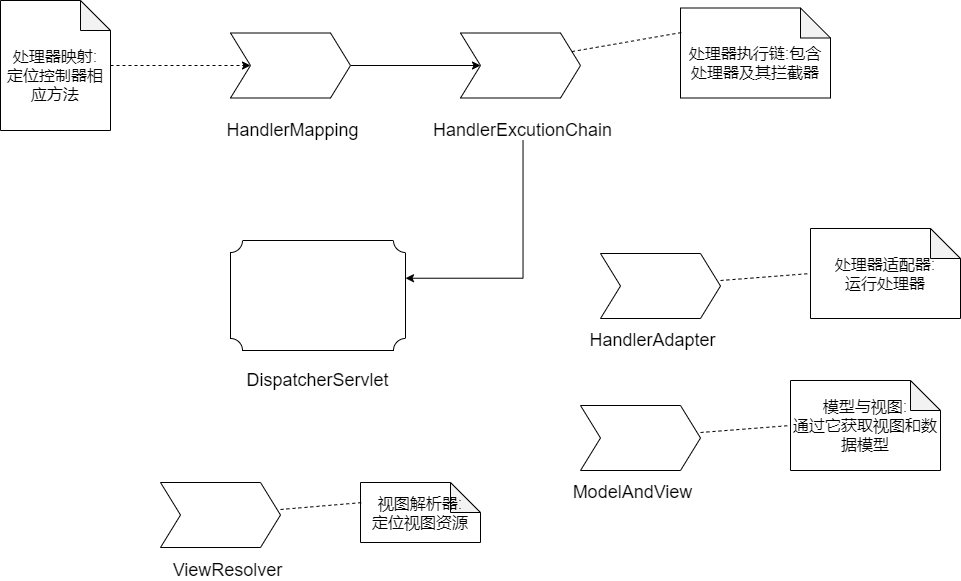
wjq1018/20200720DataStructureAndAlgorithms keeps this draw.io diagram as Spring MVC执行流程图.png. Above is the earlier version. Source tidied: cells renumbered, new cells last; positions are measured from the earlier drawing's top-left corner, leaving out a move shared by most shapes.
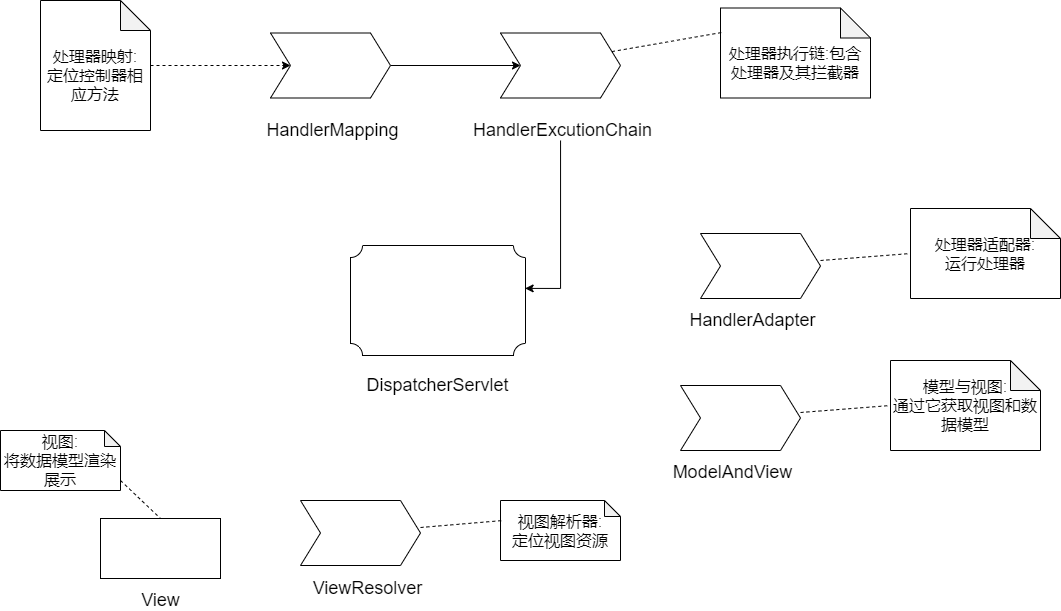
The same diagram one commit later.

Commit message:
更新Spring MVC执行流程图.png

Change to the diagram source:
```diff
@@ -18,18 +18,18 @@
       <mxGeometry x="260" y="120" width="65" height="20" as="geometry" />
     </mxCell>
     <mxCell id="7" style="verticalLabelPosition=bottom;verticalAlign=top;html=1;shape=mxgraph.basic.plaque;dx=6;" parent="1" vertex="1">
-      <mxGeometry x="230" y="240" width="175" height="110" as="geometry" />
+      <mxGeometry x="310" y="245" width="175" height="110" as="geometry" />
     </mxCell>
     <mxCell id="8" value="&lt;span style=&quot;font-size: 18px&quot;&gt;DispatcherServlet&lt;/span&gt;" style="text;html=1;strokeColor=none;fillColor=none;align=center;verticalAlign=middle;whiteSpace=wrap;rounded=0;" parent="1" vertex="1">
-      <mxGeometry x="285" y="370" width="65" height="20" as="geometry" />
+      <mxGeometry x="365" y="375" width="65" height="20" as="geometry" />
     </mxCell>
     <mxCell id="9" style="shape=step;perimeter=stepPerimeter;whiteSpace=wrap;html=1;fixedSize=1;" parent="1" vertex="1">
       <mxGeometry x="460" y="32.5" width="120" height="65" as="geometry" />
     </mxCell>
-    <mxCell id="10" style="edgeStyle=orthogonalEdgeStyle;rounded=0;jettySize=auto;html=1;entryX=1;entryY=0.343;entryDx=0;entryDy=0;entryPerimeter=0;" parent="1" edge="1" source="11" target="7">
+    <mxCell id="10" style="edgeStyle=orthogonalEdgeStyle;rounded=0;jettySize=auto;html=1;entryX=0.998;entryY=0.39;entryDx=0;entryDy=0;entryPerimeter=0;" parent="1" edge="1" source="11" target="7">
       <mxGeometry relative="1" as="geometry">
         <Array as="points">
-          <mxPoint x="523" y="278" />
+          <mxPoint x="520" y="288" />
         </Array>
       </mxGeometry>
     </mxCell>
@@ -43,47 +43,61 @@
       <mxGeometry relative="1" as="geometry" />
     </mxCell>
     <mxCell id="14" style="shape=step;perimeter=stepPerimeter;whiteSpace=wrap;html=1;fixedSize=1;" parent="1" vertex="1">
-      <mxGeometry x="600" y="253" width="120" height="65" as="geometry" />
+      <mxGeometry x="660" y="233" width="120" height="65" as="geometry" />
     </mxCell>
     <mxCell id="15" value="&lt;span style=&quot;font-size: 18px&quot;&gt;HandlerAdapter&lt;/span&gt;" style="text;html=1;strokeColor=none;fillColor=none;align=center;verticalAlign=middle;whiteSpace=wrap;rounded=0;" parent="1" vertex="1">
-      <mxGeometry x="620" y="330" width="65" height="20" as="geometry" />
+      <mxGeometry x="680" y="310" width="65" height="20" as="geometry" />
     </mxCell>
     <mxCell id="16" value="&lt;font style=&quot;font-size: 16px&quot;&gt;处理器适配器:&lt;br&gt;运行处理器&lt;/font&gt;" style="shape=note;whiteSpace=wrap;html=1;backgroundOutline=1;darkOpacity=0.05;" parent="1" vertex="1">
-      <mxGeometry x="810" y="228" width="150" height="90" as="geometry" />
+      <mxGeometry x="870" y="208" width="150" height="90" as="geometry" />
     </mxCell>
     <mxCell id="17" style="endArrow=none;dashed=1;html=1;entryX=0;entryY=0.5;entryDx=0;entryDy=0;entryPerimeter=0;" parent="1" edge="1" target="16">
       <mxGeometry relative="1" as="geometry">
-        <mxPoint x="720" y="280" as="sourcePoint" />
+        <mxPoint x="780" y="260" as="sourcePoint" />
       </mxGeometry>
     </mxCell>
     <mxCell id="18" style="shape=step;perimeter=stepPerimeter;whiteSpace=wrap;html=1;fixedSize=1;" parent="1" vertex="1">
-      <mxGeometry x="580" y="405" width="120" height="65" as="geometry" />
+      <mxGeometry x="640" y="385" width="120" height="65" as="geometry" />
     </mxCell>
     <mxCell id="19" value="&lt;span style=&quot;font-size: 18px&quot;&gt;ModelAndView&lt;/span&gt;" style="text;html=1;strokeColor=none;fillColor=none;align=center;verticalAlign=middle;whiteSpace=wrap;rounded=0;" parent="1" vertex="1">
-      <mxGeometry x="600" y="482" width="65" height="20" as="geometry" />
+      <mxGeometry x="660" y="462" width="65" height="20" as="geometry" />
     </mxCell>
     <mxCell id="20" value="&lt;font style=&quot;font-size: 16px&quot;&gt;模型与视图:&lt;br&gt;通过它获取视图和数据模型&lt;/font&gt;" style="shape=note;whiteSpace=wrap;html=1;backgroundOutline=1;darkOpacity=0.05;" parent="1" vertex="1">
-      <mxGeometry x="790" y="380" width="150" height="90" as="geometry" />
+      <mxGeometry x="850" y="360" width="150" height="90" as="geometry" />
     </mxCell>
     <mxCell id="21" style="endArrow=none;dashed=1;html=1;entryX=0;entryY=0.5;entryDx=0;entryDy=0;entryPerimeter=0;" parent="1" edge="1" target="20">
       <mxGeometry relative="1" as="geometry">
-        <mxPoint x="700" y="432" as="sourcePoint" />
+        <mxPoint x="760" y="412" as="sourcePoint" />
       </mxGeometry>
     </mxCell>
     <mxCell id="22" style="shape=step;perimeter=stepPerimeter;whiteSpace=wrap;html=1;fixedSize=1;" parent="1" vertex="1">
-      <mxGeometry x="160" y="482" width="120" height="65" as="geometry" />
+      <mxGeometry x="260" y="500" width="120" height="65" as="geometry" />
     </mxCell>
     <mxCell id="23" value="&lt;span style=&quot;font-size: 18px&quot;&gt;ViewResolver&lt;/span&gt;" style="text;html=1;strokeColor=none;fillColor=none;align=center;verticalAlign=middle;whiteSpace=wrap;rounded=0;" parent="1" vertex="1">
-      <mxGeometry x="195" y="560" width="65" height="20" as="geometry" />
+      <mxGeometry x="295" y="578" width="65" height="20" as="geometry" />
     </mxCell>
-    <mxCell id="24" value="&lt;span style=&quot;font-size: 16px&quot;&gt;视图解析器:&lt;br&gt;定位视图资源&lt;br&gt;&lt;/span&gt;" style="shape=note;whiteSpace=wrap;html=1;backgroundOutline=1;darkOpacity=0.05;" parent="1" vertex="1">
-      <mxGeometry x="360" y="482" width="120" height="60" as="geometry" />
+    <mxCell id="24" value="&lt;span style=&quot;font-size: 16px&quot;&gt;视图解析器:&lt;br&gt;定位视图资源&lt;br&gt;&lt;/span&gt;" style="shape=note;whiteSpace=wrap;html=1;backgroundOutline=1;darkOpacity=0.05;size=16;" parent="1" vertex="1">
+      <mxGeometry x="460" y="500" width="120" height="60" as="geometry" />
     </mxCell>
     <mxCell id="25" style="endArrow=none;dashed=1;html=1;entryX=0;entryY=0.5;entryDx=0;entryDy=0;entryPerimeter=0;" parent="1" edge="1">
       <mxGeometry relative="1" as="geometry">
-        <mxPoint x="280" y="509" as="sourcePoint" />
-        <mxPoint x="362.5" y="502" as="targetPoint" />
+        <mxPoint x="380" y="527" as="sourcePoint" />
+        <mxPoint x="462.5" y="520" as="targetPoint" />
       </mxGeometry>
     </mxCell>
+    <mxCell id="26" style="rounded=0;whiteSpace=wrap;html=1;" parent="1" vertex="1">
+      <mxGeometry x="60" y="518" width="120" height="60" as="geometry" />
+    </mxCell>
+    <mxCell id="27" value="&lt;span style=&quot;font-size: 18px&quot;&gt;View&lt;/span&gt;" style="text;html=1;strokeColor=none;fillColor=none;align=center;verticalAlign=middle;whiteSpace=wrap;rounded=0;" parent="1" vertex="1">
+      <mxGeometry x="87.5" y="590" width="65" height="20" as="geometry" />
+    </mxCell>
+    <mxCell id="28" value="&lt;span style=&quot;font-size: 16px&quot;&gt;视图:&lt;br&gt;将数据模型渲染展示&lt;br&gt;&lt;/span&gt;" style="shape=note;whiteSpace=wrap;html=1;backgroundOutline=1;darkOpacity=0.05;size=16;" parent="1" vertex="1">
+      <mxGeometry x="-40" y="430" width="120" height="60" as="geometry" />
+    </mxCell>
+    <mxCell id="29" style="endArrow=none;dashed=1;html=1;entryX=0.5;entryY=0;entryDx=0;entryDy=0;" parent="1" edge="1" target="26">
+      <mxGeometry relative="1" as="geometry">
+        <mxPoint x="80" y="480" as="sourcePoint" />
+      </mxGeometry>
+    </mxCell>
   </root>
 </mxGraphModel>
```
